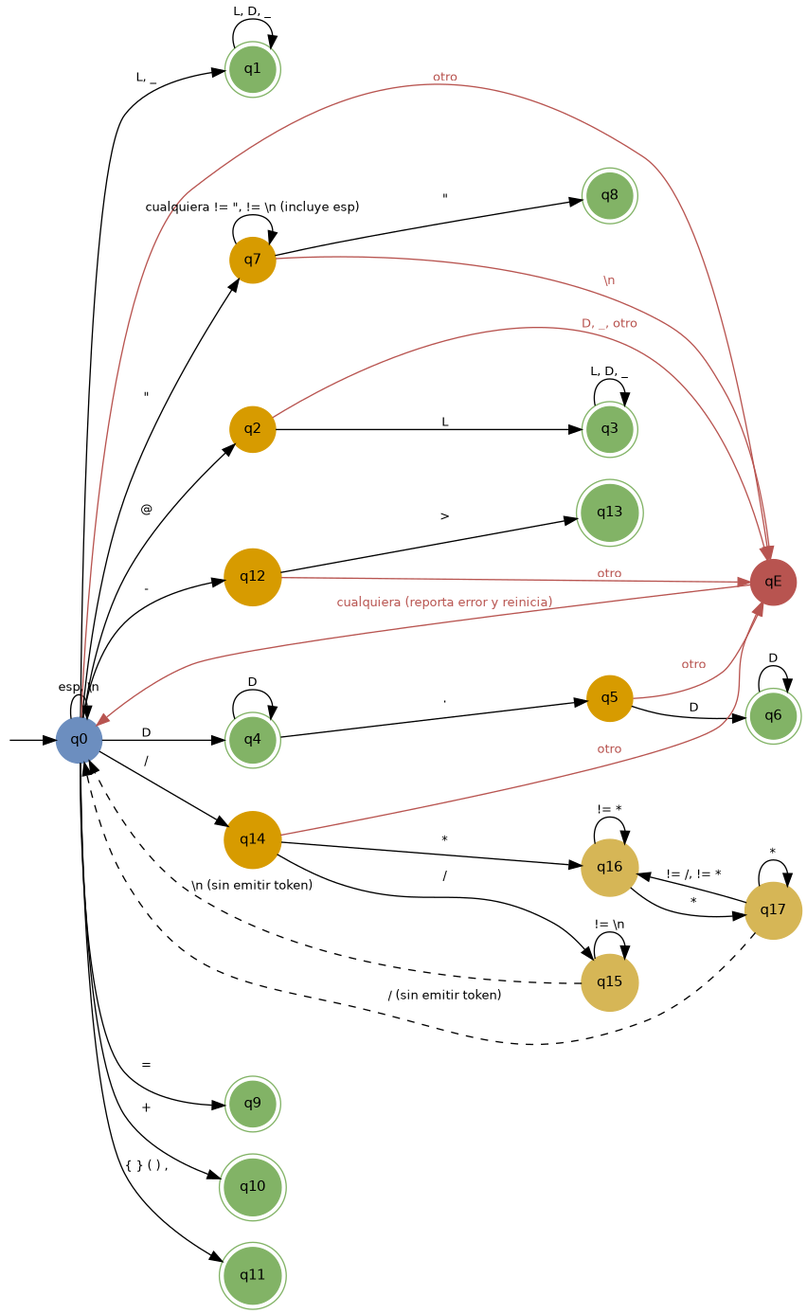
This is salida/afd_promptzal.png from FernanGonzalez202331283/practica1Lenguajes, a Graphviz export, as it was before one commit. Its source is kept beside it as salida/afd_promptzal.dot. Source of this version:
```dot
digraph AFD_PromptZal {
  rankdir=LR;
  fontname="Helvetica";
  node [fontname="Helvetica", fontsize=11];
  edge [fontname="Helvetica", fontsize=10];

  __inicio [shape=point, style=invis];
  __inicio -> q0;

  q1 [shape=circle, peripheries=2, style=filled, fillColor="#d5e8d4", color="#82b366"];
  q3 [shape=circle, peripheries=2, style=filled, fillColor="#d5e8d4", color="#82b366"];
  q4 [shape=circle, peripheries=2, style=filled, fillColor="#d5e8d4", color="#82b366"];
  q6 [shape=circle, peripheries=2, style=filled, fillColor="#d5e8d4", color="#82b366"];
  q8 [shape=circle, peripheries=2, style=filled, fillColor="#d5e8d4", color="#82b366"];
  q9 [shape=circle, peripheries=2, style=filled, fillColor="#d5e8d4", color="#82b366"];
  q10 [shape=circle, peripheries=2, style=filled, fillColor="#d5e8d4", color="#82b366"];
  q11 [shape=circle, peripheries=2, style=filled, fillColor="#d5e8d4", color="#82b366"];
  q13 [shape=circle, peripheries=2, style=filled, fillColor="#d5e8d4", color="#82b366"];
  q0 [shape=circle, style=filled, fillColor="#dae8fc", color="#6c8ebf"];
  q2 [shape=circle, style=filled, fillColor="#ffe6cc", color="#d79b00"];
  q5 [shape=circle, style=filled, fillColor="#ffe6cc", color="#d79b00"];
  q7 [shape=circle, style=filled, fillColor="#ffe6cc", color="#d79b00"];
  q12 [shape=circle, style=filled, fillColor="#ffe6cc", color="#d79b00"];
  q14 [shape=circle, style=filled, fillColor="#ffe6cc", color="#d79b00"];
  q15 [shape=circle, style=filled, fillColor="#fff2cc", color="#d6b656"];
  q16 [shape=circle, style=filled, fillColor="#fff2cc", color="#d6b656"];
  q17 [shape=circle, style=filled, fillColor="#fff2cc", color="#d6b656"];
  qE [shape=circle, style=filled, fillColor="#f8cecc", color="#b85450"];

  q0 -> q1  [label="L, _"];
  q0 -> q2  [label="@"];
  q0 -> q4  [label="D"];
  q0 -> q7  [label="\""];
  q0 -> q9  [label="="];
  q0 -> q10 [label="+"];
  q0 -> q11 [label="{ } ( ) ,"];
  q0 -> q12 [label="-"];
  q0 -> q14 [label="/"];
  q0 -> q0  [label="esp, \\n"];
  q0 -> qE  [label="otro", color="#b85450", fontcolor="#b85450"];

  q1 -> q1 [label="L, D, _"];
  q2 -> q3 [label="L"];
  q2 -> qE [label="D, _, otro", color="#b85450", fontcolor="#b85450"];
  q3 -> q3 [label="L, D, _"];

  q4 -> q4 [label="D"];
  q4 -> q5 [label="."];
  q5 -> q6 [label="D"];
  q5 -> qE [label="otro", color="#b85450", fontcolor="#b85450"];
  q6 -> q6 [label="D"];

  q7 -> q7 [label="cualquiera != \", != \\n (incluye esp)"];
  q7 -> q8 [label="\""];
  q7 -> qE [label="\\n", color="#b85450", fontcolor="#b85450"];

  q12 -> q13 [label=">"];
  q12 -> qE  [label="otro", color="#b85450", fontcolor="#b85450"];

  q14 -> q15 [label="/"];
  q14 -> q16 [label="*"];
  q14 -> qE  [label="otro", color="#b85450", fontcolor="#b85450"];
  q15 -> q15 [label="!= \\n"];
  q15 -> q0  [label="\\n (sin emitir token)", style=dashed];
  q16 -> q16 [label="!= *"];
  q16 -> q17 [label="*"];
  q17 -> q16 [label="!= /, != *"];
  q17 -> q17 [label="*"];
  q17 -> q0  [label="/ (sin emitir token)", style=dashed];

  qE -> q0 [label="cualquiera (reporta error y reinicia)", color="#b85450", fontcolor="#b85450"];
}
```
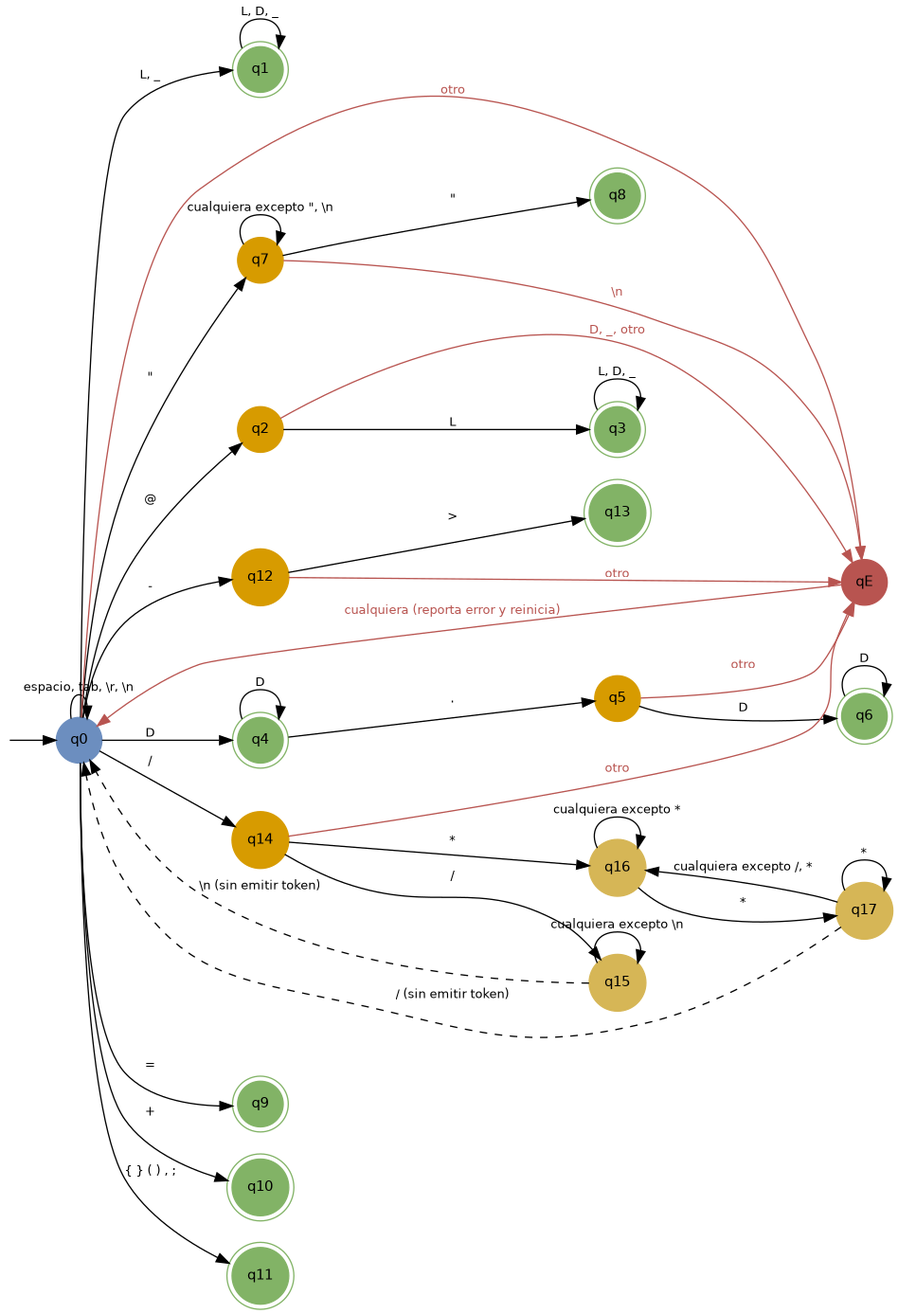
The same diagram one commit later.

What changed in the source:
```diff
@@ -27,19 +27,20 @@
   q17 [shape=circle, style=filled, fillColor="#fff2cc", color="#d6b656"];
   qE [shape=circle, style=filled, fillColor="#f8cecc", color="#b85450"];
 
-  q0 -> q1  [label="L, _"];
-  q0 -> q2  [label="@"];
-  q0 -> q4  [label="D"];
-  q0 -> q7  [label="\""];
-  q0 -> q9  [label="="];
+  q0 -> q1 [label="L, _"];
+  q0 -> q2 [label="@"];
+  q0 -> q4 [label="D"];
+  q0 -> q7 [label="\""];
+  q0 -> q9 [label="="];
   q0 -> q10 [label="+"];
-  q0 -> q11 [label="{ } ( ) ,"];
+  q0 -> q11 [label="{ } ( ) , ;"];
   q0 -> q12 [label="-"];
   q0 -> q14 [label="/"];
-  q0 -> q0  [label="esp, \\n"];
-  q0 -> qE  [label="otro", color="#b85450", fontcolor="#b85450"];
+  q0 -> q0 [label="espacio, tab, \\r, \\n"];
+  q0 -> qE [label="otro", color="#b85450", fontcolor="#b85450"];
 
   q1 -> q1 [label="L, D, _"];
+
   q2 -> q3 [label="L"];
   q2 -> qE [label="D, _, otro", color="#b85450", fontcolor="#b85450"];
   q3 -> q3 [label="L, D, _"];
@@ -50,23 +51,23 @@
   q5 -> qE [label="otro", color="#b85450", fontcolor="#b85450"];
   q6 -> q6 [label="D"];
 
-  q7 -> q7 [label="cualquiera != \", != \\n (incluye esp)"];
+  q7 -> q7 [label="cualquiera excepto \", \\n"];
   q7 -> q8 [label="\""];
   q7 -> qE [label="\\n", color="#b85450", fontcolor="#b85450"];
 
   q12 -> q13 [label=">"];
-  q12 -> qE  [label="otro", color="#b85450", fontcolor="#b85450"];
+  q12 -> qE [label="otro", color="#b85450", fontcolor="#b85450"];
 
   q14 -> q15 [label="/"];
   q14 -> q16 [label="*"];
-  q14 -> qE  [label="otro", color="#b85450", fontcolor="#b85450"];
-  q15 -> q15 [label="!= \\n"];
-  q15 -> q0  [label="\\n (sin emitir token)", style=dashed];
-  q16 -> q16 [label="!= *"];
+  q14 -> qE [label="otro", color="#b85450", fontcolor="#b85450"];
+  q15 -> q15 [label="cualquiera excepto \\n"];
+  q15 -> q0 [label="\\n (sin emitir token)", style=dashed];
+  q16 -> q16 [label="cualquiera excepto *"];
   q16 -> q17 [label="*"];
-  q17 -> q16 [label="!= /, != *"];
+  q17 -> q16 [label="cualquiera excepto /, *"];
   q17 -> q17 [label="*"];
-  q17 -> q0  [label="/ (sin emitir token)", style=dashed];
+  q17 -> q0 [label="/ (sin emitir token)", style=dashed];
 
   qE -> q0 [label="cualquiera (reporta error y reinicia)", color="#b85450", fontcolor="#b85450"];
 }
```
